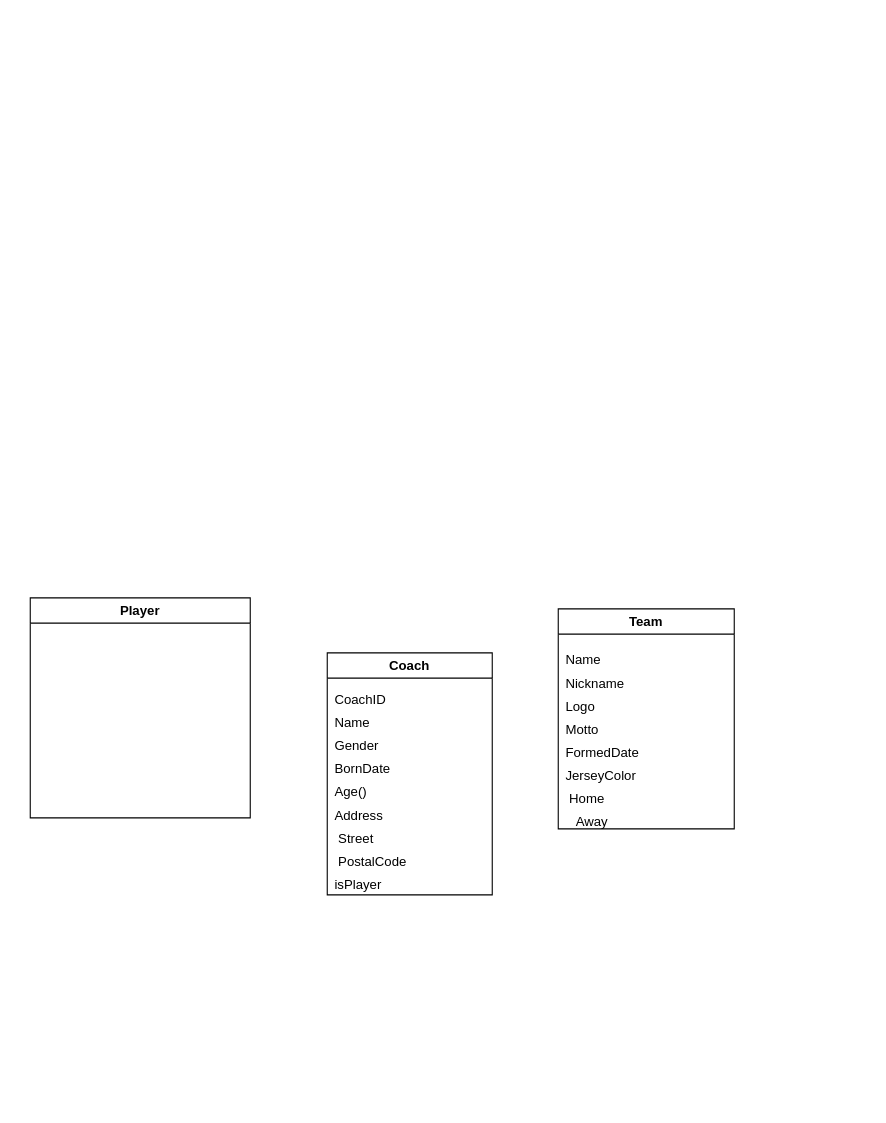
wfksmseaa/wfksmseaa keeps this draw.io diagram as Untitled Diagram.drawio. Above is the earlier version. Source tidied: cells renumbered, new cells numbered last; positions are measured from the earlier drawing's top-left corner, leaving out a move shared by most shapes. Both pictures are drawn from the tidied source at 110%, with x=0, y=0 at pixel (30, 245).
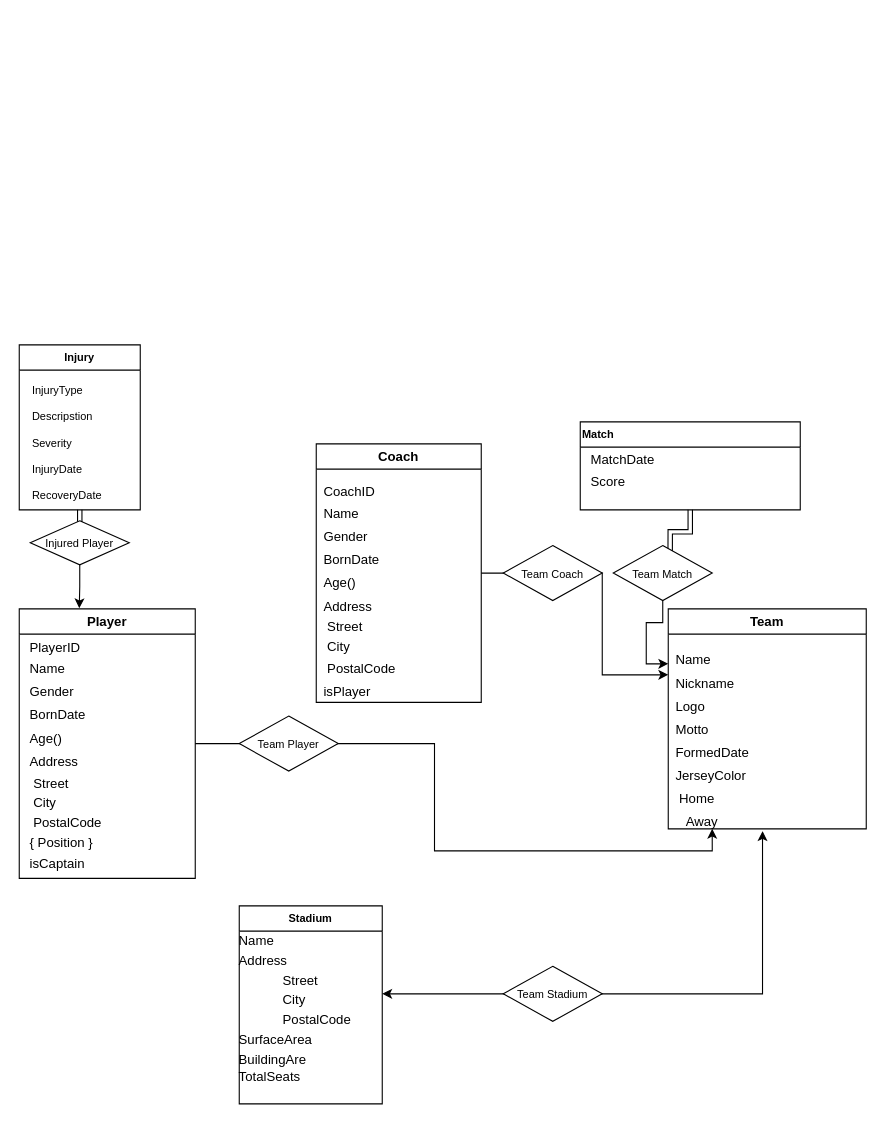
The same diagram, later.

The change refers to these unchanged cells:
```xml
<mxCell id="6" value="&lt;br&gt;&lt;br&gt;&lt;br&gt;&lt;br&gt;&lt;br&gt;&lt;br&gt;&lt;br&gt;&lt;br&gt;&lt;br&gt;&lt;br&gt;&lt;br&gt;&lt;br&gt;&lt;br&gt;&lt;br&gt;&lt;br&gt;&lt;br&gt;&lt;br&gt;&lt;br&gt;&lt;br&gt;&lt;br&gt;&lt;br&gt;&lt;br&gt;&lt;br&gt;&lt;br&gt;&lt;br&gt;&lt;table border=&quot;0&quot; cellpadding=&quot;0&quot; cellspacing=&quot;0&quot; width=&quot;130&quot; style=&quot;border-collapse: collapse ; width: 98pt&quot;&gt; &lt;colgroup&gt;&lt;col width=&quot;130&quot; style=&quot;width: 98pt&quot;&gt;&lt;/colgroup&gt; &lt;tbody&gt;&lt;tr style=&quot;height: 15.75pt&quot;&gt;  &lt;td height=&quot;21&quot; class=&quot;xl65&quot; width=&quot;130&quot; style=&quot;height: 15.75pt ; width: 98pt&quot;&gt;&lt;span lang=&quot;EN-GB&quot; style=&quot;line-height: 150%&quot;&gt;Name&lt;/span&gt;&lt;/td&gt; &lt;/tr&gt; &lt;tr style=&quot;height: 15.75pt&quot;&gt;  &lt;td height=&quot;21&quot; class=&quot;xl65&quot; width=&quot;130&quot; style=&quot;height: 15.75pt ; width: 98pt&quot;&gt;&lt;span lang=&quot;EN-GB&quot; style=&quot;line-height: 150%&quot;&gt;Nickname&lt;/span&gt;&lt;/td&gt; &lt;/tr&gt; &lt;tr style=&quot;height: 15.75pt&quot;&gt;  &lt;td height=&quot;21&quot; class=&quot;xl65&quot; width=&quot;130&quot; style=&quot;height: 15.75pt ; width: 98pt&quot;&gt;&lt;span lang=&quot;EN-GB&quot; style=&quot;line-height: 150%&quot;&gt;Logo&lt;/span&gt;&lt;/td&gt; &lt;/tr&gt; &lt;tr style=&quot;height: 15.75pt&quot;&gt;  &lt;td height=&quot;21&quot; class=&quot;xl65&quot; width=&quot;130&quot; style=&quot;height: 15.75pt ; width: 98pt&quot;&gt;&lt;span lang=&quot;EN-GB&quot; style=&quot;line-height: 150%&quot;&gt;Motto&lt;/span&gt;&lt;/td&gt; &lt;/tr&gt; &lt;tr style=&quot;height: 15.75pt&quot;&gt;  &lt;td height=&quot;21&quot; class=&quot;xl65&quot; width=&quot;130&quot; style=&quot;height: 15.75pt ; width: 98pt&quot;&gt;&lt;span lang=&quot;EN-GB&quot; style=&quot;line-height: 150%&quot;&gt;FormedDate&lt;/span&gt;&lt;/td&gt; &lt;/tr&gt; &lt;tr style=&quot;height: 15.75pt&quot;&gt;  &lt;td height=&quot;21&quot; class=&quot;xl65&quot; width=&quot;130&quot; style=&quot;height: 15.75pt ; width: 98pt&quot;&gt;&lt;span lang=&quot;EN-GB&quot; style=&quot;line-height: 150%&quot;&gt;JerseyColor&lt;/span&gt;&lt;/td&gt; &lt;/tr&gt; &lt;tr style=&quot;height: 15.75pt&quot;&gt;  &lt;td height=&quot;21&quot; class=&quot;xl65&quot; width=&quot;130&quot; style=&quot;height: 15.75pt ; width: 98pt&quot;&gt;&lt;span lang=&quot;EN-GB&quot; style=&quot;line-height: 150%&quot;&gt;&lt;span style=&quot;white-space: pre&quot;&gt; &lt;/span&gt;Home&lt;/span&gt;&lt;/td&gt; &lt;/tr&gt; &lt;tr style=&quot;height: 15.75pt&quot;&gt;  &lt;td height=&quot;21&quot; class=&quot;xl66&quot; style=&quot;height: 15.75pt&quot;&gt;&lt;span lang=&quot;EN-GB&quot;&gt;&amp;nbsp; &lt;span style=&quot;white-space: pre&quot;&gt; &lt;/span&gt;Away&lt;/span&gt;&lt;/td&gt; &lt;/tr&gt;&lt;/tbody&gt;&lt;/table&gt;" style="text;html=1;align=left;verticalAlign=middle;points=[];strokeColor=none;fillColor=none;" parent="5" vertex="1">
  <mxGeometry x="5" y="-320" width="150" height="520" as="geometry" />
</mxCell>
```

Diff of the diagram source:
```diff
@@
+    <mxCell id="7" style="edgeStyle=orthogonalEdgeStyle;rounded=0;jettySize=auto;html=1;fontSize=10;" parent="1" edge="1" source="2">
+      <mxGeometry relative="1" as="geometry">
+        <mxPoint x="580" y="390" as="targetPoint" />
+        <Array as="points">
+          <mxPoint x="520" y="298" />
+          <mxPoint x="520" y="390" />
+        </Array>
+      </mxGeometry>
+    </mxCell>
     <mxCell id="2" value="Coach" style="swimlane;" parent="1" vertex="1">
-      <mxGeometry x="270" y="370" width="150" height="220" as="geometry" />
+      <mxGeometry x="260" y="180" width="150" height="235" as="geometry" />
     </mxCell>
-    <mxCell id="3" value="&lt;br&gt;&lt;br&gt;&lt;br&gt;&lt;br&gt;&lt;br&gt;&lt;br&gt;&lt;br&gt;&lt;br&gt;&lt;br&gt;&lt;br&gt;&lt;br&gt;&lt;br&gt;&lt;br&gt;&lt;br&gt;&lt;br&gt;&lt;br&gt;&lt;br&gt;&lt;br&gt;&lt;br&gt;&lt;br&gt;&lt;br&gt;&lt;br&gt;&lt;br&gt;&lt;br&gt;&lt;br&gt;&lt;br&gt;&lt;br&gt;&lt;br&gt;&lt;table border=&quot;0&quot; cellpadding=&quot;0&quot; cellspacing=&quot;0&quot; width=&quot;121&quot; style=&quot;border-collapse: collapse ; width: 91pt&quot;&gt; &lt;colgroup&gt;&lt;col width=&quot;121&quot; style=&quot;width: 91pt&quot;&gt;&lt;/colgroup&gt; &lt;tbody&gt;&lt;tr style=&quot;height: 15.75pt&quot;&gt;  &lt;td height=&quot;21&quot; class=&quot;xl63&quot; width=&quot;121&quot; style=&quot;height: 15.75pt ; width: 91pt&quot;&gt;&lt;span lang=&quot;EN-GB&quot; style=&quot;line-height: 150%&quot;&gt;CoachID&lt;/span&gt;&lt;/td&gt; &lt;/tr&gt; &lt;tr style=&quot;height: 15.75pt&quot;&gt;  &lt;td height=&quot;21&quot; class=&quot;xl63&quot; style=&quot;height: 15.75pt&quot;&gt;&lt;span lang=&quot;EN-GB&quot; style=&quot;line-height: 150%&quot;&gt;Name&lt;/span&gt;&lt;/td&gt; &lt;/tr&gt; &lt;tr style=&quot;height: 15.75pt&quot;&gt;  &lt;td height=&quot;21&quot; class=&quot;xl63&quot; style=&quot;height: 15.75pt&quot;&gt;&lt;span lang=&quot;EN-GB&quot; style=&quot;line-height: 150%&quot;&gt;Gender&lt;/span&gt;&lt;/td&gt; &lt;/tr&gt; &lt;tr style=&quot;height: 15.75pt&quot;&gt;  &lt;td height=&quot;21&quot; class=&quot;xl63&quot; style=&quot;height: 15.75pt&quot;&gt;&lt;span lang=&quot;EN-GB&quot; style=&quot;line-height: 150%&quot;&gt;BornDate&lt;/span&gt;&lt;/td&gt; &lt;/tr&gt; &lt;tr style=&quot;height: 15.75pt&quot;&gt;  &lt;td height=&quot;21&quot; class=&quot;xl63&quot; style=&quot;height: 15.75pt&quot;&gt;&lt;span lang=&quot;EN-GB&quot; style=&quot;line-height: 150%&quot;&gt;Age()&lt;/span&gt;&lt;/td&gt; &lt;/tr&gt; &lt;tr style=&quot;height: 15.75pt&quot;&gt;  &lt;td height=&quot;21&quot; class=&quot;xl63&quot; style=&quot;height: 15.75pt&quot;&gt;&lt;span lang=&quot;EN-GB&quot; style=&quot;line-height: 150%&quot;&gt;Address&lt;/span&gt;&lt;/td&gt; &lt;/tr&gt; &lt;tr style=&quot;height: 15.75pt&quot;&gt;  &lt;td height=&quot;21&quot; class=&quot;xl63&quot; style=&quot;height: 15.75pt&quot;&gt;&lt;span lang=&quot;EN-GB&quot; style=&quot;line-height: 150%&quot;&gt;&lt;span style=&quot;white-space: pre&quot;&gt; &lt;/span&gt;Street&lt;/span&gt;&lt;/td&gt; &lt;/tr&gt; &lt;tr style=&quot;height: 15.75pt&quot;&gt;  &lt;td height=&quot;21&quot; class=&quot;xl63&quot; style=&quot;height: 15.75pt&quot;&gt;&lt;span lang=&quot;EN-GB&quot; style=&quot;line-height: 150%&quot;&gt;&lt;span style=&quot;white-space: pre&quot;&gt; &lt;/span&gt;PostalCode&lt;/span&gt;&lt;/td&gt; &lt;/tr&gt; &lt;tr style=&quot;height: 15.75pt&quot;&gt;  &lt;td height=&quot;21&quot; class=&quot;xl64&quot; style=&quot;height: 15.75pt&quot;&gt;&lt;span lang=&quot;EN-GB&quot;&gt;isPlayer&lt;/span&gt;&lt;/td&gt; &lt;/tr&gt;&lt;/tbody&gt;&lt;/table&gt;" style="text;html=1;align=left;verticalAlign=middle;strokeColor=none;fillColor=none;" parent="2" vertex="1">
-      <mxGeometry x="5" y="-370" width="140" height="590" as="geometry" />
+    <mxCell id="3" value="&lt;br&gt;&lt;br&gt;&lt;br&gt;&lt;br&gt;&lt;br&gt;&lt;br&gt;&lt;br&gt;&lt;br&gt;&lt;br&gt;&lt;br&gt;&lt;br&gt;&lt;br&gt;&lt;br&gt;&lt;br&gt;&lt;br&gt;&lt;br&gt;&lt;br&gt;&lt;br&gt;&lt;br&gt;&lt;br&gt;&lt;br&gt;&lt;br&gt;&lt;br&gt;&lt;br&gt;&lt;br&gt;&lt;br&gt;&lt;br&gt;&lt;br&gt;&lt;table border=&quot;0&quot; cellpadding=&quot;0&quot; cellspacing=&quot;0&quot; width=&quot;121&quot; style=&quot;border-collapse: collapse ; width: 91pt&quot;&gt; &lt;colgroup&gt;&lt;col width=&quot;121&quot; style=&quot;width: 91pt&quot;&gt;&lt;/colgroup&gt; &lt;tbody&gt;&lt;tr style=&quot;height: 15.75pt&quot;&gt;  &lt;td height=&quot;21&quot; class=&quot;xl63&quot; width=&quot;121&quot; style=&quot;height: 15.75pt ; width: 91pt&quot;&gt;&lt;span lang=&quot;EN-GB&quot; style=&quot;line-height: 150%&quot;&gt;&lt;br&gt;CoachID&lt;/span&gt;&lt;/td&gt; &lt;/tr&gt; &lt;tr style=&quot;height: 15.75pt&quot;&gt;  &lt;td height=&quot;21&quot; class=&quot;xl63&quot; style=&quot;height: 15.75pt&quot;&gt;&lt;span lang=&quot;EN-GB&quot; style=&quot;line-height: 150%&quot;&gt;Name&lt;/span&gt;&lt;/td&gt; &lt;/tr&gt; &lt;tr style=&quot;height: 15.75pt&quot;&gt;  &lt;td height=&quot;21&quot; class=&quot;xl63&quot; style=&quot;height: 15.75pt&quot;&gt;&lt;span lang=&quot;EN-GB&quot; style=&quot;line-height: 150%&quot;&gt;Gender&lt;/span&gt;&lt;/td&gt; &lt;/tr&gt; &lt;tr style=&quot;height: 15.75pt&quot;&gt;  &lt;td height=&quot;21&quot; class=&quot;xl63&quot; style=&quot;height: 15.75pt&quot;&gt;&lt;span lang=&quot;EN-GB&quot; style=&quot;line-height: 150%&quot;&gt;BornDate&lt;/span&gt;&lt;/td&gt; &lt;/tr&gt; &lt;tr style=&quot;height: 15.75pt&quot;&gt;  &lt;td height=&quot;21&quot; class=&quot;xl63&quot; style=&quot;height: 15.75pt&quot;&gt;&lt;span lang=&quot;EN-GB&quot; style=&quot;line-height: 150%&quot;&gt;Age()&lt;/span&gt;&lt;/td&gt; &lt;/tr&gt; &lt;tr style=&quot;height: 15.75pt&quot;&gt;  &lt;td height=&quot;21&quot; class=&quot;xl63&quot; style=&quot;height: 15.75pt&quot;&gt;&lt;span lang=&quot;EN-GB&quot; style=&quot;line-height: 150%&quot;&gt;Address&lt;/span&gt;&lt;/td&gt; &lt;/tr&gt; &lt;tr style=&quot;height: 15.75pt&quot;&gt;  &lt;td height=&quot;21&quot; class=&quot;xl63&quot; style=&quot;height: 15.75pt&quot;&gt;&lt;span lang=&quot;EN-GB&quot; style=&quot;line-height: 150%&quot;&gt;&lt;span style=&quot;white-space: pre&quot;&gt; &lt;/span&gt;Street&lt;br&gt;&lt;span style=&quot;white-space: pre&quot;&gt; &lt;/span&gt;City&lt;br&gt;&lt;/span&gt;&lt;/td&gt; &lt;/tr&gt; &lt;tr style=&quot;height: 15.75pt&quot;&gt;  &lt;td height=&quot;21&quot; class=&quot;xl63&quot; style=&quot;height: 15.75pt&quot;&gt;&lt;span lang=&quot;EN-GB&quot; style=&quot;line-height: 150%&quot;&gt;&lt;span style=&quot;white-space: pre&quot;&gt; &lt;/span&gt;PostalCode&lt;/span&gt;&lt;/td&gt; &lt;/tr&gt; &lt;tr style=&quot;height: 15.75pt&quot;&gt;  &lt;td height=&quot;21&quot; class=&quot;xl64&quot; style=&quot;height: 15.75pt&quot;&gt;&lt;span lang=&quot;EN-GB&quot;&gt;isPlayer&lt;/span&gt;&lt;/td&gt; &lt;/tr&gt;&lt;/tbody&gt;&lt;/table&gt;" style="text;html=1;align=left;verticalAlign=middle;strokeColor=none;fillColor=none;" parent="2" vertex="1">
+      <mxGeometry x="5" y="-385" width="140" height="620" as="geometry" />
     </mxCell>
+    <mxCell id="8" style="edgeStyle=orthogonalEdgeStyle;rounded=0;jettySize=auto;html=1;entryX=0.233;entryY=1;entryDx=0;entryDy=0;entryPerimeter=0;fontSize=10;" parent="1" edge="1" source="4" target="6">
+      <mxGeometry relative="1" as="geometry" />
+    </mxCell>
     <mxCell id="4" value="Player" style="swimlane;" parent="1" vertex="1">
-      <mxGeometry y="320" width="200" height="200" as="geometry" />
+      <mxGeometry x="-10" y="330" width="160" height="245" as="geometry" />
     </mxCell>
+    <mxCell id="9" value="&lt;table border=&quot;0&quot; cellpadding=&quot;0&quot; cellspacing=&quot;0&quot; width=&quot;121&quot; style=&quot;font-size: 12px ; text-align: left ; border-collapse: collapse ; width: 91pt&quot;&gt;&lt;tbody&gt;&lt;tr style=&quot;height: 15.75pt&quot;&gt;&lt;td height=&quot;21&quot; class=&quot;xl63&quot; width=&quot;121&quot; style=&quot;height: 15.75pt ; width: 91pt&quot;&gt;&lt;span lang=&quot;EN-GB&quot; style=&quot;line-height: 18px&quot;&gt;&lt;br&gt;PlayerID&lt;/span&gt;&lt;/td&gt;&lt;/tr&gt;&lt;tr style=&quot;height: 15.75pt&quot;&gt;&lt;td height=&quot;21&quot; class=&quot;xl63&quot; style=&quot;height: 15.75pt&quot;&gt;&lt;span lang=&quot;EN-GB&quot; style=&quot;line-height: 18px&quot;&gt;Name&lt;/span&gt;&lt;/td&gt;&lt;/tr&gt;&lt;tr style=&quot;height: 15.75pt&quot;&gt;&lt;td height=&quot;21&quot; class=&quot;xl63&quot; style=&quot;height: 15.75pt&quot;&gt;&lt;span lang=&quot;EN-GB&quot; style=&quot;line-height: 18px&quot;&gt;Gender&lt;/span&gt;&lt;/td&gt;&lt;/tr&gt;&lt;tr style=&quot;height: 15.75pt&quot;&gt;&lt;td height=&quot;21&quot; class=&quot;xl63&quot; style=&quot;height: 15.75pt&quot;&gt;&lt;span lang=&quot;EN-GB&quot; style=&quot;line-height: 18px&quot;&gt;BornDate&lt;/span&gt;&lt;/td&gt;&lt;/tr&gt;&lt;tr style=&quot;height: 15.75pt&quot;&gt;&lt;td height=&quot;21&quot; class=&quot;xl63&quot; style=&quot;height: 15.75pt&quot;&gt;&lt;span lang=&quot;EN-GB&quot; style=&quot;line-height: 18px&quot;&gt;Age()&lt;/span&gt;&lt;/td&gt;&lt;/tr&gt;&lt;tr style=&quot;height: 15.75pt&quot;&gt;&lt;td height=&quot;21&quot; class=&quot;xl63&quot; style=&quot;height: 15.75pt&quot;&gt;&lt;span lang=&quot;EN-GB&quot; style=&quot;line-height: 18px&quot;&gt;Address&lt;/span&gt;&lt;/td&gt;&lt;/tr&gt;&lt;tr style=&quot;height: 15.75pt&quot;&gt;&lt;td height=&quot;21&quot; class=&quot;xl63&quot; style=&quot;height: 15.75pt&quot;&gt;&lt;span lang=&quot;EN-GB&quot; style=&quot;line-height: 18px&quot;&gt;&lt;span&gt; &lt;/span&gt;&lt;span style=&quot;white-space: pre&quot;&gt; &lt;/span&gt;Street&lt;br&gt;&lt;span style=&quot;white-space: pre&quot;&gt; &lt;/span&gt;City&lt;br&gt;&lt;/span&gt;&lt;/td&gt;&lt;/tr&gt;&lt;tr style=&quot;height: 15.75pt&quot;&gt;&lt;td height=&quot;21&quot; class=&quot;xl63&quot; style=&quot;height: 15.75pt&quot;&gt;&lt;span lang=&quot;EN-GB&quot; style=&quot;line-height: 18px&quot;&gt;&lt;span&gt; &lt;/span&gt;&lt;span style=&quot;white-space: pre&quot;&gt; &lt;/span&gt;PostalCode&lt;br&gt;{ Position }&lt;/span&gt;&lt;/td&gt;&lt;/tr&gt;&lt;tr style=&quot;height: 15.75pt&quot;&gt;&lt;td height=&quot;21&quot; class=&quot;xl64&quot; style=&quot;height: 15.75pt&quot;&gt;&lt;span lang=&quot;EN-GB&quot;&gt;isCaptain&lt;/span&gt;&lt;/td&gt;&lt;/tr&gt;&lt;/tbody&gt;&lt;/table&gt;" style="text;html=1;align=center;verticalAlign=middle;strokeColor=none;fillColor=none;fontSize=10;" parent="4" vertex="1">
+      <mxGeometry y="5" width="140" height="240" as="geometry" />
+    </mxCell>
     <mxCell id="5" value="Team" style="swimlane;" parent="1" vertex="1">
-      <mxGeometry x="480" y="330" width="160" height="200" as="geometry" />
+      <mxGeometry x="580" y="330" width="180" height="200" as="geometry" />
     </mxCell>
@@
+    <mxCell id="10" value="&lt;font style=&quot;font-size: 10px&quot;&gt;Team Coach&lt;/font&gt;" style="rhombus;whiteSpace=wrap;html=1;align=center;" parent="1" vertex="1">
+      <mxGeometry x="430" y="272.5" width="90" height="50" as="geometry" />
+    </mxCell>
+    <mxCell id="11" value="&lt;div style=&quot;text-align: justify&quot;&gt;&lt;br&gt;&lt;/div&gt;" style="text;html=1;align=center;verticalAlign=middle;strokeColor=none;fillColor=none;fontSize=10;" parent="1" vertex="1">
+      <mxGeometry x="230" y="220" width="20" height="20" as="geometry" />
+    </mxCell>
+    <mxCell id="12" value="&lt;font style=&quot;font-size: 10px&quot;&gt;Team Player&lt;/font&gt;" style="rhombus;whiteSpace=wrap;html=1;align=center;" parent="1" vertex="1">
+      <mxGeometry x="190" y="427.5" width="90" height="50" as="geometry" />
+    </mxCell>
+    <mxCell id="13" value="Stadium" style="swimlane;fontSize=10;align=center;" parent="1" vertex="1">
+      <mxGeometry x="190" y="600" width="130" height="180" as="geometry" />
+    </mxCell>
+    <mxCell id="14" value="&lt;table border=&quot;0&quot; cellpadding=&quot;0&quot; cellspacing=&quot;0&quot; width=&quot;121&quot; style=&quot;font-size: 12px ; text-align: left ; border-collapse: collapse ; width: 91pt&quot;&gt;&lt;tbody&gt;&lt;tr style=&quot;height: 15.75pt&quot;&gt;&lt;td height=&quot;21&quot; class=&quot;xl63&quot; style=&quot;height: 15.75pt&quot;&gt;&lt;span lang=&quot;EN-GB&quot; style=&quot;line-height: 18px&quot;&gt;Name&lt;br&gt;Address&lt;/span&gt;&lt;/td&gt;&lt;/tr&gt;&lt;tr style=&quot;height: 15.75pt&quot;&gt;&lt;td height=&quot;21&quot; class=&quot;xl63&quot; style=&quot;height: 15.75pt&quot;&gt;&lt;blockquote style=&quot;margin: 0 0 0 40px ; border: none ; padding: 0px&quot;&gt;&lt;span lang=&quot;EN-GB&quot; style=&quot;line-height: 18px&quot;&gt;Street&lt;br&gt;&lt;/span&gt;&lt;span lang=&quot;EN-GB&quot; style=&quot;line-height: 18px&quot;&gt;City&lt;/span&gt;&lt;/blockquote&gt;&lt;/td&gt;&lt;/tr&gt;&lt;tr style=&quot;height: 15.75pt&quot;&gt;&lt;td height=&quot;21&quot; class=&quot;xl63&quot; style=&quot;height: 15.75pt&quot;&gt;&lt;blockquote style=&quot;margin: 0 0 0 40px ; border: none ; padding: 0px&quot;&gt;&lt;span lang=&quot;EN-GB&quot; style=&quot;line-height: 18px&quot;&gt;PostalCode&lt;/span&gt;&lt;/blockquote&gt;&lt;span lang=&quot;EN-GB&quot; style=&quot;line-height: 18px&quot;&gt;SurfaceArea&lt;br&gt;BuildingAre&lt;/span&gt;&lt;/td&gt;&lt;/tr&gt;&lt;tr style=&quot;height: 15.75pt&quot;&gt;&lt;td height=&quot;21&quot; class=&quot;xl64&quot; style=&quot;height: 15.75pt&quot;&gt;&lt;span lang=&quot;EN-GB&quot;&gt;TotalSeats&lt;br&gt;&lt;br&gt;&lt;/span&gt;&lt;/td&gt;&lt;/tr&gt;&lt;/tbody&gt;&lt;/table&gt;" style="text;html=1;align=center;verticalAlign=middle;points=[];strokeColor=none;fillColor=none;fontSize=10;" parent="13" vertex="1">
+      <mxGeometry x="-10" y="20" width="140" height="160" as="geometry" />
+    </mxCell>
+    <mxCell id="15" style="endArrow=classic;startArrow=classic;html=1;rounded=0;fontSize=10;edgeStyle=orthogonalEdgeStyle;entryX=0.538;entryY=1.004;entryDx=0;entryDy=0;entryPerimeter=0;" parent="1" edge="1" source="14" target="6">
+      <mxGeometry relative="1" as="geometry">
+        <Array as="points">
+          <mxPoint x="666" y="680" />
+        </Array>
+      </mxGeometry>
+    </mxCell>
+    <mxCell id="16" value="&lt;span style=&quot;font-size: 10px&quot;&gt;Team Stadium&lt;/span&gt;" style="rhombus;whiteSpace=wrap;html=1;align=center;" parent="1" vertex="1">
+      <mxGeometry x="430" y="655" width="90" height="50" as="geometry" />
+    </mxCell>
+    <mxCell id="17" style="edgeStyle=orthogonalEdgeStyle;shape=link;rounded=0;jettySize=auto;html=1;fontSize=10;" parent="1" edge="1" source="18">
+      <mxGeometry relative="1" as="geometry">
+        <mxPoint x="45" y="270" as="targetPoint" />
+      </mxGeometry>
+    </mxCell>
+    <mxCell id="18" value="Injury" style="swimlane;fontSize=10;align=center;" parent="1" vertex="1">
+      <mxGeometry x="-10" y="90" width="110" height="150" as="geometry" />
+    </mxCell>
+    <mxCell id="19" value="InjuryType&lt;br&gt;&lt;br style=&quot;padding: 0px ; margin: 0px&quot;&gt;Descripstion&lt;br&gt;&lt;br style=&quot;padding: 0px ; margin: 0px&quot;&gt;Severity&lt;br&gt;&lt;br style=&quot;padding: 0px ; margin: 0px&quot;&gt;InjuryDate&lt;br&gt;&lt;br style=&quot;padding: 0px ; margin: 0px&quot;&gt;RecoveryDate&lt;div style=&quot;padding: 0px ; margin: 0px&quot;&gt;&lt;br style=&quot;padding: 0px ; margin: 0px ; font-size: 12px&quot;&gt;&lt;/div&gt;" style="text;html=1;strokeColor=none;fillColor=none;align=left;verticalAlign=middle;whiteSpace=wrap;rounded=0;fontSize=10;" parent="18" vertex="1">
+      <mxGeometry x="10" y="80" width="60" height="30" as="geometry" />
+    </mxCell>
+    <mxCell id="20" style="edgeStyle=orthogonalEdgeStyle;rounded=0;jettySize=auto;html=1;entryX=0.341;entryY=-0.002;entryDx=0;entryDy=0;entryPerimeter=0;fontSize=10;" parent="1" edge="1" source="21" target="4">
+      <mxGeometry relative="1" as="geometry" />
+    </mxCell>
+    <mxCell id="21" value="&lt;font style=&quot;font-size: 10px&quot;&gt;Injured Player&lt;/font&gt;" style="rhombus;whiteSpace=wrap;html=1;align=center;" parent="1" vertex="1">
+      <mxGeometry y="250" width="90" height="40" as="geometry" />
+    </mxCell>
+    <mxCell id="22" style="edgeStyle=orthogonalEdgeStyle;shape=link;rounded=0;jettySize=auto;html=1;fontSize=10;entryX=0.575;entryY=0.101;entryDx=0;entryDy=0;entryPerimeter=0;" parent="1" edge="1" source="23" target="25">
+      <mxGeometry relative="1" as="geometry" />
+    </mxCell>
+    <mxCell id="23" value="Match" style="swimlane;fontSize=10;align=left;" parent="1" vertex="1">
+      <mxGeometry x="500" y="160" width="200" height="80" as="geometry" />
+    </mxCell>
+    <mxCell id="24" style="edgeStyle=orthogonalEdgeStyle;rounded=0;jettySize=auto;html=1;entryX=0;entryY=0.25;entryDx=0;entryDy=0;fontSize=10;" parent="1" edge="1" source="25" target="5">
+      <mxGeometry relative="1" as="geometry" />
+    </mxCell>
+    <mxCell id="25" value="&lt;font style=&quot;font-size: 10px&quot;&gt;Team Match&lt;/font&gt;" style="rhombus;whiteSpace=wrap;html=1;align=center;" parent="1" vertex="1">
+      <mxGeometry x="530" y="272.5" width="90" height="50" as="geometry" />
+    </mxCell>
+    <mxCell id="26" value="&lt;table border=&quot;0&quot; cellpadding=&quot;0&quot; cellspacing=&quot;0&quot; width=&quot;121&quot; style=&quot;font-size: 12px ; text-align: left ; border-collapse: collapse ; width: 91pt&quot;&gt;&lt;tbody&gt;&lt;tr style=&quot;height: 15.75pt&quot;&gt;&lt;td height=&quot;21&quot; class=&quot;xl63&quot; width=&quot;121&quot; style=&quot;height: 15.75pt ; width: 91pt&quot;&gt;&lt;span lang=&quot;EN-GB&quot; style=&quot;line-height: 18px&quot;&gt;MatchDate&lt;/span&gt;&lt;/td&gt;&lt;/tr&gt;&lt;tr style=&quot;height: 15.75pt&quot;&gt;&lt;td height=&quot;21&quot; class=&quot;xl63&quot; style=&quot;height: 15.75pt&quot;&gt;Score&lt;/td&gt;&lt;/tr&gt;&lt;tr style=&quot;height: 15.75pt&quot;&gt;&lt;td height=&quot;21&quot; class=&quot;xl63&quot; style=&quot;height: 15.75pt&quot;&gt;&lt;/td&gt;&lt;/tr&gt;&lt;/tbody&gt;&lt;/table&gt;" style="text;html=1;align=center;verticalAlign=middle;strokeColor=none;fillColor=none;fontSize=10;" parent="1" vertex="1">
+      <mxGeometry x="500" y="180" width="140" height="70" as="geometry" />
+    </mxCell>
```
